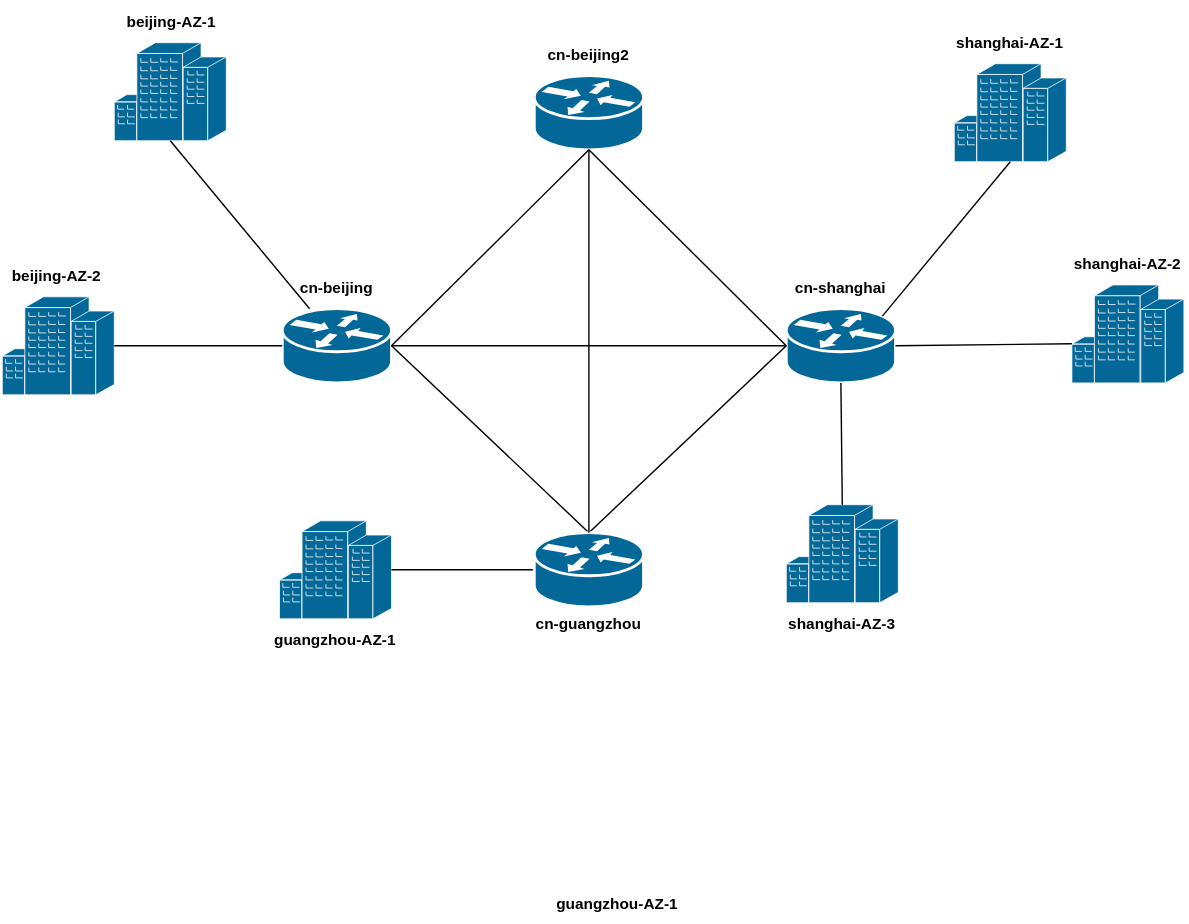
Above: quota.drawio.svg in sameor/utils (draw.io), before the change. Source tidied: cells renumbered, new cells last; positions are measured from the earlier drawing's top-left corner, leaving out a move shared by most shapes.
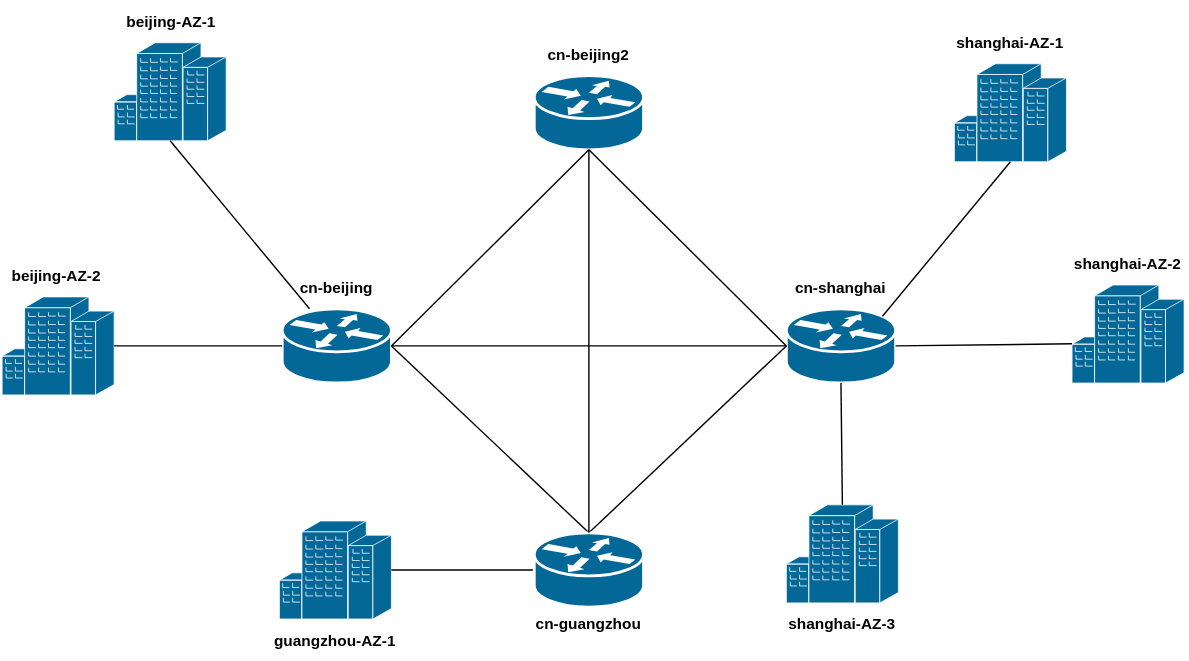
Later version of the same file.

The edit, as a diff of the source:
```diff
@@ -68,9 +68,6 @@
     <mxCell id="23" style="shape=mxgraph.cisco.buildings.generic_building;sketch=0;html=1;dashed=0;fillColor=#036897;strokeColor=#ffffff;strokeWidth=2;verticalLabelPosition=bottom;verticalAlign=top;align=center;outlineConnect=0;" parent="1" vertex="1">
       <mxGeometry x="198" y="371.5" width="80" height="70" as="geometry" />
     </mxCell>
-    <mxCell id="24" value="&lt;b&gt;&lt;font style=&quot;font-size: 11px;&quot;&gt;guangzhou-AZ-1&lt;/font&gt;&lt;/b&gt;" style="text;strokeColor=none;align=center;fillColor=none;html=1;verticalAlign=middle;whiteSpace=wrap;rounded=0;" parent="1" vertex="1">
-      <mxGeometry x="391.5" y="630" width="95" height="30" as="geometry" />
-    </mxCell>
     <mxCell id="25" style="endArrow=none;html=1;rounded=0;exitX=1;exitY=0.5;exitDx=0;exitDy=0;exitPerimeter=0;" parent="1" edge="1" source="23" target="34">
       <mxGeometry relative="1" as="geometry" />
     </mxCell>
```
